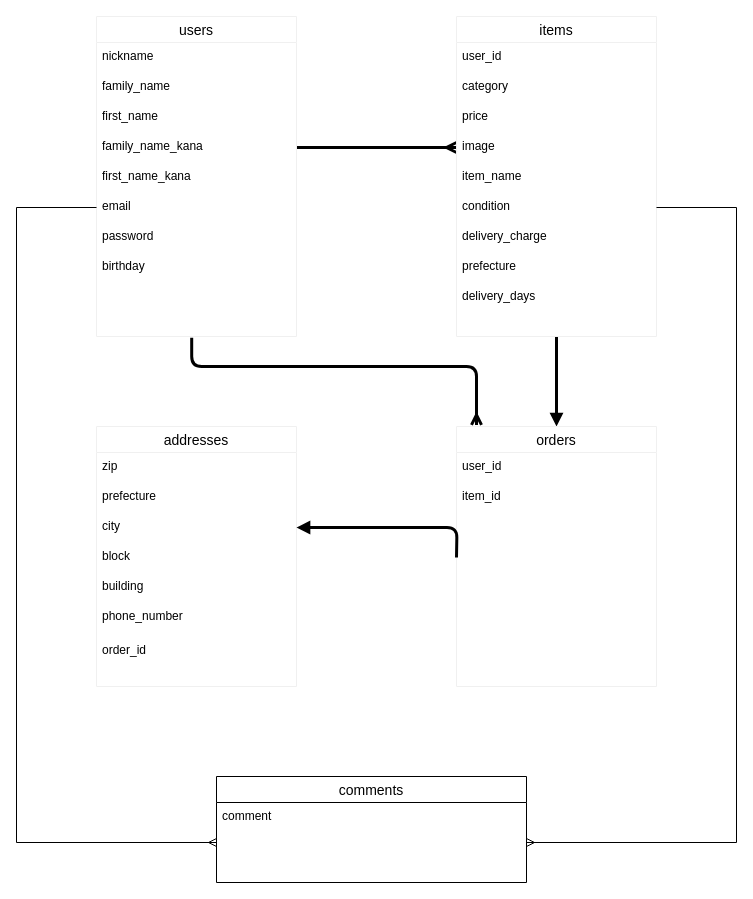
Above: er..dio in yuta-git/furima-32043 (draw.io), before the change. Source tidied: cells renumbered, new cells numbered last; positions are measured from the earlier drawing's top-left corner, leaving out a move shared by most shapes. Both pictures are drawn from the tidied source at 100%, with x=0, y=0 at pixel (16, 16).
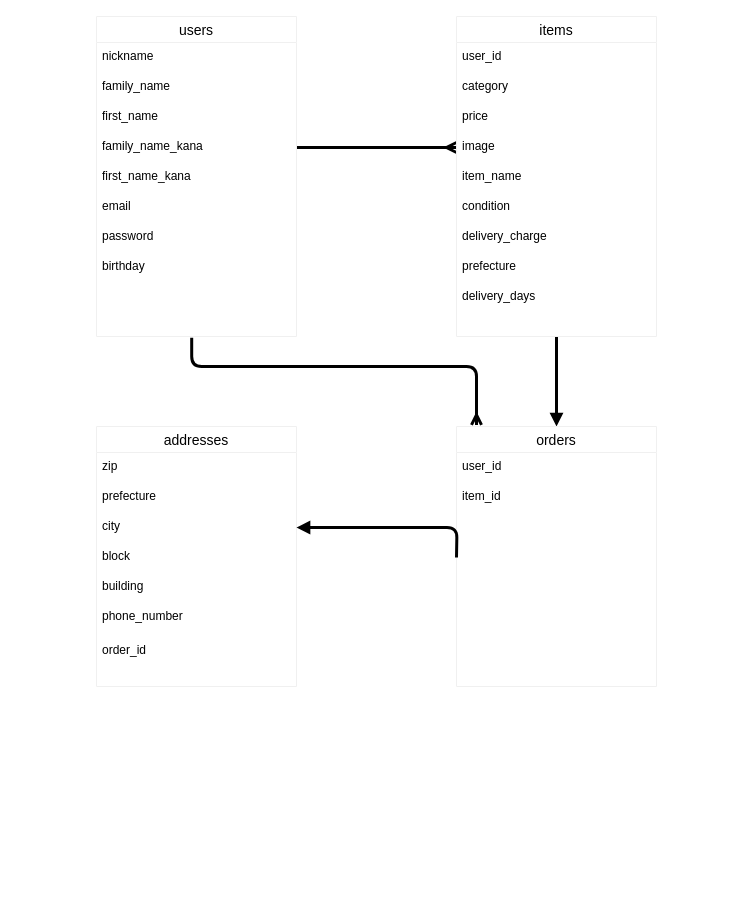
The same diagram, later.

Unchanged cells that the change refers to:
```xml
<mxCell id="10" value="email" style="text;strokeColor=none;fillColor=none;spacingLeft=4;spacingRight=4;overflow=hidden;points=[[0,0.5],[1,0.5]];portConstraint=eastwest;fontSize=12;" parent="4" vertex="1">
  <mxGeometry y="176" width="200" height="30" as="geometry" />
</mxCell>
<mxCell id="20" value="condition" style="text;strokeColor=none;fillColor=none;spacingLeft=4;spacingRight=4;overflow=hidden;points=[[0,0.5],[1,0.5]];portConstraint=eastwest;fontSize=12;" parent="14" vertex="1">
  <mxGeometry y="176" width="200" height="30" as="geometry" />
</mxCell>
```

Diff of the diagram source:
```diff
@@
-    <mxCell id="36" style="edgeStyle=orthogonalEdgeStyle;rounded=0;jettySize=auto;html=1;exitX=1;exitY=0.5;exitDx=0;exitDy=0;endArrow=ERmany;endFill=0;entryX=1;entryY=0.5;entryDx=0;entryDy=0;" parent="1" edge="1" source="20" target="38">
-      <mxGeometry relative="1" as="geometry">
-        <Array as="points">
-          <mxPoint x="720" y="191" />
-          <mxPoint x="720" y="826" />
-        </Array>
-      </mxGeometry>
-    </mxCell>
-    <mxCell id="37" value="comments" style="swimlane;fontStyle=0;horizontal=1;startSize=26;align=center;fontSize=14;" parent="1" vertex="1">
-      <mxGeometry x="200" y="760" width="310" height="106" as="geometry" />
-    </mxCell>
-    <mxCell id="38" value="comment&#10;" style="text;strokeColor=none;fillColor=none;spacingLeft=4;spacingRight=4;overflow=hidden;points=[[0,0.5],[1,0.5]];portConstraint=eastwest;fontSize=12;" parent="37" vertex="1">
-      <mxGeometry y="26" width="310" height="80" as="geometry" />
-    </mxCell>
-    <mxCell id="39" style="edgeStyle=orthogonalEdgeStyle;rounded=0;jettySize=auto;html=1;exitX=0;exitY=0.5;exitDx=0;exitDy=0;endArrow=ERmany;endFill=0;entryX=0;entryY=0.5;entryDx=0;entryDy=0;" parent="1" edge="1" source="10" target="38">
-      <mxGeometry relative="1" as="geometry">
-        <Array as="points">
-          <mxPoint y="191" />
-          <mxPoint y="826" />
-        </Array>
-      </mxGeometry>
-    </mxCell>
```
